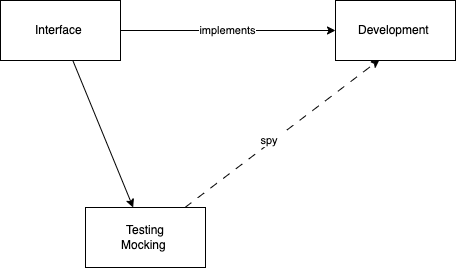
adithnaveen/ibm-service-virtualization-sep-2023 keeps this draw.io diagram as images/day3.drawio.png. Above is the earlier version. Source tidied: cells renumbered, new cells last; positions are measured from the earlier drawing's top-left corner, leaving out a move shared by most shapes.
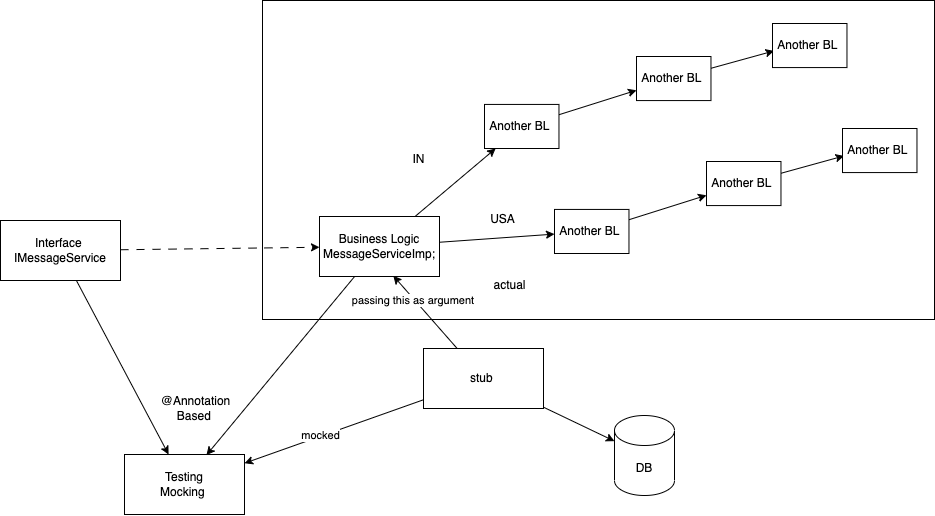
The same file after the commit.

Commit message:
@mock working

The edit, as a diff of the source:
```diff
@@ -2,28 +2,95 @@
   <root>
     <mxCell id="0" />
     <mxCell id="1" parent="0" />
+    <mxCell id="9" style="rounded=0;whiteSpace=wrap;html=1;" parent="1" vertex="1">
+      <mxGeometry x="260" y="-220" width="672" height="319" as="geometry" />
+    </mxCell>
     <mxCell id="2" style="edgeStyle=none;html=1;" parent="1" edge="1" source="4" target="7">
       <mxGeometry relative="1" as="geometry" />
     </mxCell>
-    <mxCell id="3" value="implements" style="edgeStyle=none;html=1;" parent="1" edge="1" source="4" target="8">
+    <mxCell id="3" style="edgeStyle=none;html=1;dashed=1;dashPattern=8 8;" parent="1" edge="1" source="4" target="8">
       <mxGeometry relative="1" as="geometry" />
     </mxCell>
-    <mxCell id="4" value="Interface&amp;nbsp;" style="rounded=0;whiteSpace=wrap;html=1;" parent="1" vertex="1">
-      <mxGeometry width="120" height="60" as="geometry" />
+    <mxCell id="4" value="Interface&amp;nbsp;&lt;br&gt;IMessageService" style="rounded=0;whiteSpace=wrap;html=1;" parent="1" vertex="1">
+      <mxGeometry x="-2" width="120" height="60" as="geometry" />
     </mxCell>
-    <mxCell id="5" style="edgeStyle=none;html=1;entryX=0.367;entryY=0.986;entryDx=0;entryDy=0;entryPerimeter=0;dashed=1;dashPattern=8 8;" parent="1" edge="1" source="7" target="8">
-      <mxGeometry relative="1" as="geometry" />
-    </mxCell>
-    <mxCell id="6" value="spy&amp;nbsp;" style="edgeLabel;html=1;align=center;verticalAlign=middle;" parent="5" vertex="1">
-      <mxGeometry x="-0.1" y="-3" relative="1" as="geometry">
-        <mxPoint x="-4" y="-3" as="offset" />
-      </mxGeometry>
-    </mxCell>
     <mxCell id="7" value="Testing&lt;br&gt;Mocking&amp;nbsp;" style="rounded=0;whiteSpace=wrap;html=1;" parent="1" vertex="1">
-      <mxGeometry x="85" y="207" width="120" height="60" as="geometry" />
+      <mxGeometry x="122" y="234" width="120" height="60" as="geometry" />
     </mxCell>
+    <mxCell id="10" style="edgeStyle=none;html=1;entryX=0.683;entryY=0.01;entryDx=0;entryDy=0;entryPerimeter=0;" parent="1" edge="1" source="8" target="7">
+      <mxGeometry relative="1" as="geometry" />
+    </mxCell>
+    <mxCell id="11" style="edgeStyle=none;html=1;" parent="1" edge="1" source="8" target="22">
+      <mxGeometry relative="1" as="geometry" />
+    </mxCell>
+    <mxCell id="12" style="edgeStyle=none;html=1;" parent="1" edge="1" source="8" target="27">
+      <mxGeometry relative="1" as="geometry" />
+    </mxCell>
-    <mxCell id="8" value="Development&amp;nbsp;" style="rounded=0;whiteSpace=wrap;html=1;" parent="1" vertex="1">
-      <mxGeometry x="335" width="120" height="60" as="geometry" />
+    <mxCell id="8" value="Business Logic&lt;br&gt;MessageServiceImp;" style="rounded=0;whiteSpace=wrap;html=1;" parent="1" vertex="1">
+      <mxGeometry x="317" y="-4" width="120" height="60" as="geometry" />
     </mxCell>
+    <mxCell id="13" value="DB" style="shape=cylinder3;whiteSpace=wrap;html=1;boundedLbl=1;backgroundOutline=1;size=15;" parent="1" vertex="1">
+      <mxGeometry x="612" y="195" width="60" height="80" as="geometry" />
+    </mxCell>
+    <mxCell id="14" style="edgeStyle=none;html=1;" parent="1" edge="1" source="19" target="13">
+      <mxGeometry relative="1" as="geometry" />
+    </mxCell>
+    <mxCell id="15" style="edgeStyle=none;html=1;entryX=0.615;entryY=0.988;entryDx=0;entryDy=0;entryPerimeter=0;" parent="1" edge="1" source="19" target="8">
+      <mxGeometry relative="1" as="geometry" />
+    </mxCell>
+    <mxCell id="16" value="passing this as argument&amp;nbsp;" style="edgeLabel;html=1;align=center;verticalAlign=middle;" parent="15" vertex="1">
+      <mxGeometry x="0.34" relative="1" as="geometry" />
+    </mxCell>
+    <mxCell id="17" style="edgeStyle=none;html=1;" parent="1" edge="1" source="19" target="7">
+      <mxGeometry relative="1" as="geometry" />
+    </mxCell>
+    <mxCell id="18" value="mocked" style="edgeLabel;html=1;align=center;verticalAlign=middle;" parent="17" vertex="1">
+      <mxGeometry x="0.15" y="-1" relative="1" as="geometry" />
+    </mxCell>
+    <mxCell id="19" value="stub&amp;nbsp;" style="rounded=0;whiteSpace=wrap;html=1;" parent="1" vertex="1">
+      <mxGeometry x="421" y="128" width="120" height="60" as="geometry" />
+    </mxCell>
+    <mxCell id="20" value="actual" style="text;html=1;align=center;verticalAlign=middle;strokeColor=none;fillColor=none;" parent="1" vertex="1">
+      <mxGeometry x="482" y="52" width="50" height="26" as="geometry" />
+    </mxCell>
+    <mxCell id="21" style="edgeStyle=none;html=1;" parent="1" edge="1" source="22" target="24">
+      <mxGeometry relative="1" as="geometry" />
+    </mxCell>
+    <mxCell id="22" value="Another BL&amp;nbsp;" style="rounded=0;whiteSpace=wrap;html=1;" parent="1" vertex="1">
+      <mxGeometry x="552" y="-11.1" width="74.5" height="44.1" as="geometry" />
+    </mxCell>
+    <mxCell id="23" style="edgeStyle=none;html=1;entryX=0.02;entryY=0.622;entryDx=0;entryDy=0;entryPerimeter=0;" parent="1" edge="1" source="24" target="25">
+      <mxGeometry relative="1" as="geometry" />
+    </mxCell>
+    <mxCell id="24" value="Another BL&amp;nbsp;" style="rounded=0;whiteSpace=wrap;html=1;" parent="1" vertex="1">
+      <mxGeometry x="704" y="-59" width="74.5" height="44.1" as="geometry" />
+    </mxCell>
+    <mxCell id="25" value="Another BL&amp;nbsp;" style="rounded=0;whiteSpace=wrap;html=1;" parent="1" vertex="1">
+      <mxGeometry x="840" y="-92" width="74.5" height="44.1" as="geometry" />
+    </mxCell>
+    <mxCell id="26" style="edgeStyle=none;html=1;" parent="1" edge="1" source="27" target="29">
+      <mxGeometry relative="1" as="geometry" />
+    </mxCell>
+    <mxCell id="27" value="Another BL&amp;nbsp;" style="rounded=0;whiteSpace=wrap;html=1;" parent="1" vertex="1">
+      <mxGeometry x="482" y="-116.1" width="74.5" height="44.1" as="geometry" />
+    </mxCell>
+    <mxCell id="28" style="edgeStyle=none;html=1;entryX=0.02;entryY=0.622;entryDx=0;entryDy=0;entryPerimeter=0;" parent="1" edge="1" source="29" target="30">
+      <mxGeometry relative="1" as="geometry" />
+    </mxCell>
+    <mxCell id="29" value="Another BL&amp;nbsp;" style="rounded=0;whiteSpace=wrap;html=1;" parent="1" vertex="1">
+      <mxGeometry x="634" y="-164" width="74.5" height="44.1" as="geometry" />
+    </mxCell>
+    <mxCell id="30" value="Another BL&amp;nbsp;" style="rounded=0;whiteSpace=wrap;html=1;" parent="1" vertex="1">
+      <mxGeometry x="770" y="-197" width="74.5" height="44.1" as="geometry" />
+    </mxCell>
+    <mxCell id="31" value="IN" style="text;html=1;align=center;verticalAlign=middle;strokeColor=none;fillColor=none;" parent="1" vertex="1">
+      <mxGeometry x="401" y="-74" width="30" height="26" as="geometry" />
+    </mxCell>
+    <mxCell id="32" value="USA" style="text;html=1;align=center;verticalAlign=middle;strokeColor=none;fillColor=none;" parent="1" vertex="1">
+      <mxGeometry x="478" y="-14" width="43" height="26" as="geometry" />
+    </mxCell>
+    <mxCell id="33" value="@Annotation &lt;br&gt;Based&amp;nbsp;" style="text;html=1;align=center;verticalAlign=middle;strokeColor=none;fillColor=none;" parent="1" vertex="1">
+      <mxGeometry x="149" y="167" width="88" height="41" as="geometry" />
+    </mxCell>
   </root>
 </mxGraphModel>
```
